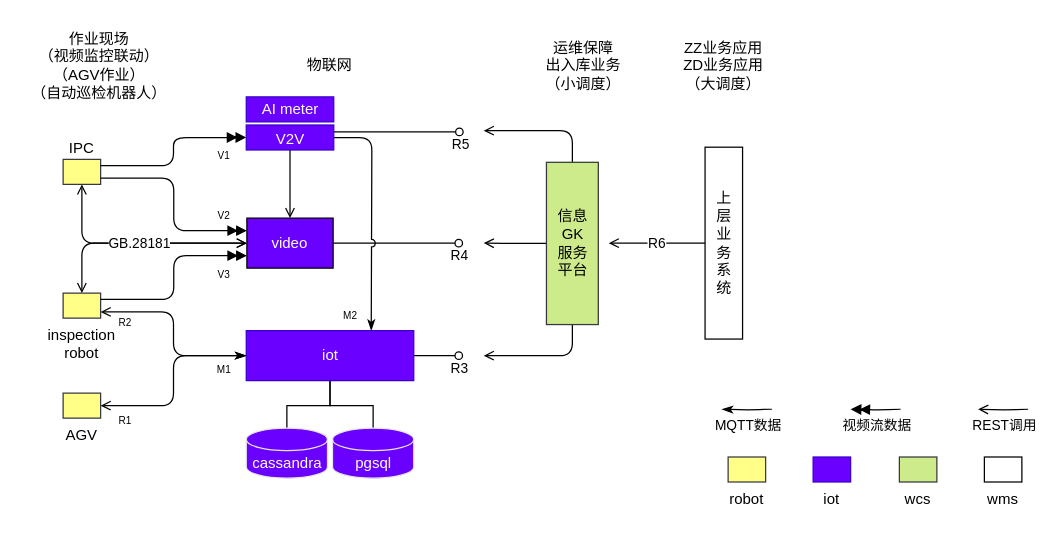
Earlier version of the draw.io diagram docs/architecture.drawio (lvyv/mptools). Source tidied: cells renumbered, new cells numbered last; positions are measured from the earlier drawing's top-left corner, leaving out a move shared by most shapes. Both pictures are drawn from the tidied source at 125%, with x=0, y=0 at pixel (25, 46).
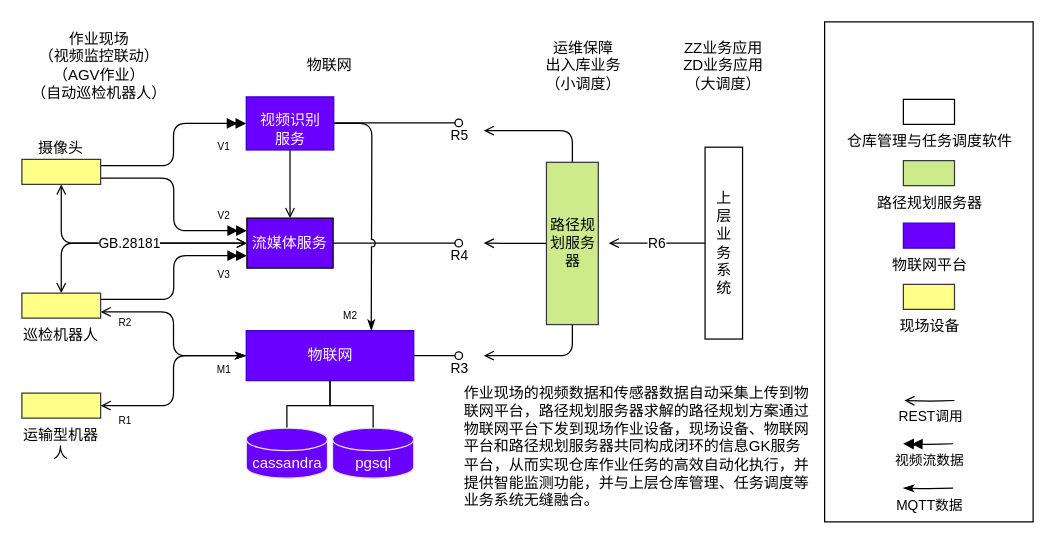
Above is the later version.

What changed in the source:
```diff
@@
-    <mxCell id="2" value="iot" style="rounded=0;whiteSpace=wrap;html=1;shadow=0;labelBackgroundColor=#ffffff;fillColor=#6a00ff;labelPosition=center;verticalLabelPosition=bottom;align=center;verticalAlign=top;strokeColor=#3700CC;fontColor=#000000;" parent="1" vertex="1">
-      <mxGeometry x="630" y="328.1" width="30" height="20" as="geometry" />
-    </mxCell>
-    <mxCell id="3" value="wcs" style="rounded=0;whiteSpace=wrap;html=1;shadow=0;labelBackgroundColor=#ffffff;fillColor=#cdeb8b;strokeColor=#36393d;labelPosition=center;verticalLabelPosition=bottom;align=center;verticalAlign=top;" parent="1" vertex="1">
-      <mxGeometry x="699" y="328.1" width="30" height="20" as="geometry" />
-    </mxCell>
-    <mxCell id="4" value="wms" style="rounded=0;whiteSpace=wrap;html=1;shadow=0;labelBackgroundColor=#ffffff;labelPosition=center;verticalLabelPosition=bottom;align=center;verticalAlign=top;" parent="1" vertex="1">
-      <mxGeometry x="767" y="328.1" width="30" height="20" as="geometry" />
-    </mxCell>
-    <mxCell id="5" value="&lt;font color=&quot;#000000&quot;&gt;robot&lt;/font&gt;" style="rounded=0;whiteSpace=wrap;html=1;shadow=0;labelBackgroundColor=#ffffff;fillColor=#ffff88;labelPosition=center;verticalLabelPosition=bottom;align=center;verticalAlign=top;strokeColor=#36393d;" parent="1" vertex="1">
-      <mxGeometry x="562" y="328.1" width="30" height="20" as="geometry" />
-    </mxCell>
+    <mxCell id="51" style="rounded=0;whiteSpace=wrap;html=1;" parent="1" vertex="1">
+      <mxGeometry x="639.2" y="-20" width="166.8" height="400" as="geometry" />
+    </mxCell>
@@
-    <mxCell id="7" value="inspection robot" style="rounded=0;whiteSpace=wrap;html=1;shadow=0;labelBackgroundColor=#ffffff;fillColor=#ffff88;labelPosition=center;verticalLabelPosition=bottom;align=center;verticalAlign=top;strokeColor=#36393d;" parent="1" vertex="1">
-      <mxGeometry x="30" y="197" width="30" height="20" as="geometry" />
-    </mxCell>
-    <mxCell id="8" value="AGV" style="rounded=0;whiteSpace=wrap;html=1;shadow=0;labelBackgroundColor=#ffffff;fillColor=#ffff88;labelPosition=center;verticalLabelPosition=bottom;align=center;verticalAlign=top;strokeColor=#36393d;" parent="1" vertex="1">
-      <mxGeometry x="30" y="277" width="30" height="20" as="geometry" />
-    </mxCell>
@@
-    <mxCell id="12" value="iot" style="rounded=0;whiteSpace=wrap;html=1;align=center;fillColor=#6a00ff;strokeColor=#3700CC;fontColor=#ffffff;" parent="1" vertex="1">
+    <mxCell id="12" value="物联网" style="rounded=0;whiteSpace=wrap;html=1;align=center;fillColor=#6a00ff;strokeColor=#3700CC;fontColor=#ffffff;" parent="1" vertex="1">
       <mxGeometry x="176.5" y="227" width="134" height="40" as="geometry" />
     </mxCell>
@@
-    <mxCell id="15" value="video" style="rounded=0;whiteSpace=wrap;html=1;fontColor=#FFFFFF;fillColor=#6a00ff;" parent="1" vertex="1">
+    <mxCell id="15" value="流媒体服务" style="rounded=0;whiteSpace=wrap;html=1;fontColor=#FFFFFF;fillColor=#6a00ff;" parent="1" vertex="1">
       <mxGeometry x="177" y="137" width="69" height="40" as="geometry" />
     </mxCell>
-    <mxCell id="16" value="IPC" style="rounded=0;whiteSpace=wrap;html=1;shadow=0;labelBackgroundColor=#ffffff;fillColor=#ffff88;labelPosition=center;verticalLabelPosition=top;align=center;verticalAlign=bottom;strokeColor=#36393d;horizontal=1;" parent="1" vertex="1">
-      <mxGeometry x="30" y="90" width="30" height="20" as="geometry" />
-    </mxCell>
@@
-    <mxCell id="26" style="group;" parent="1" vertex="1">
-      <mxGeometry x="176.5" y="40" width="70" height="42.5" as="geometry" />
-    </mxCell>
-    <mxCell id="27" value="V2V" style="rounded=0;whiteSpace=wrap;html=1;align=center;fillColor=#6a00ff;strokeColor=#3700CC;fontColor=#ffffff;verticalAlign=bottom;" parent="26" vertex="1">
-      <mxGeometry y="22.5" width="70" height="20" as="geometry" />
-    </mxCell>
-    <mxCell id="28" value="AI meter" style="rounded=0;whiteSpace=wrap;html=1;align=center;rotation=0;fillColor=#6a00ff;fontColor=#ffffff;strokeColor=#3700CC;" parent="26" vertex="1">
-      <mxGeometry width="70" height="20" as="geometry" />
-    </mxCell>
@@
     <mxCell id="31" value="R5" style="edgeStyle=orthogonalEdgeStyle;rounded=1;orthogonalLoop=1;jettySize=auto;html=1;fontColor=#000000;startArrow=none;startFill=0;endArrow=oval;endFill=0;labelBackgroundColor=none;" parent="1" edge="1">
       <mxGeometry x="1" y="-10" relative="1" as="geometry">
-        <mxPoint x="246.5" y="68" as="sourcePoint" />
-        <mxPoint x="347" y="68" as="targetPoint" />
+        <mxPoint x="246" y="60.8" as="sourcePoint" />
+        <mxPoint x="346.5" y="60.8" as="targetPoint" />
       </mxGeometry>
     </mxCell>
@@
     <mxCell id="35" value="REST调用" style="edgeStyle=orthogonalEdgeStyle;rounded=1;orthogonalLoop=1;jettySize=auto;html=1;fontColor=#000000;startArrow=none;startFill=0;endArrow=open;endFill=0;exitX=0;exitY=0.5;exitDx=0;exitDy=0;entryX=1;entryY=0.5;entryDx=0;entryDy=0;verticalAlign=top;labelBackgroundColor=none;labelPosition=center;verticalLabelPosition=bottom;align=center;" parent="1" edge="1">
       <mxGeometry relative="1" as="geometry">
-        <mxPoint x="802" y="289.9" as="sourcePoint" />
-        <mxPoint x="762" y="289.9" as="targetPoint" />
+        <mxPoint x="743" y="282.9" as="sourcePoint" />
+        <mxPoint x="703" y="282.9" as="targetPoint" />
       </mxGeometry>
     </mxCell>
     <mxCell id="36" value="MQTT数据" style="edgeStyle=orthogonalEdgeStyle;rounded=1;orthogonalLoop=1;jettySize=auto;html=1;fontColor=#000000;startArrow=none;startFill=0;endArrow=classicThin;endFill=1;exitX=0;exitY=0.5;exitDx=0;exitDy=0;entryX=1;entryY=0.5;entryDx=0;entryDy=0;verticalAlign=top;labelBackgroundColor=none;labelPosition=center;verticalLabelPosition=bottom;align=center;" parent="1" edge="1">
       <mxGeometry relative="1" as="geometry">
-        <mxPoint x="597" y="289.9" as="sourcePoint" />
-        <mxPoint x="557" y="289.9" as="targetPoint" />
+        <mxPoint x="742" y="353" as="sourcePoint" />
+        <mxPoint x="702" y="353" as="targetPoint" />
       </mxGeometry>
     </mxCell>
@@
     <mxCell id="38" value="视频流数据" style="edgeStyle=orthogonalEdgeStyle;rounded=1;orthogonalLoop=1;jettySize=auto;html=1;fontColor=#000000;startArrow=none;startFill=0;endArrow=doubleBlock;endFill=1;exitX=0;exitY=0.5;exitDx=0;exitDy=0;entryX=1;entryY=0.5;entryDx=0;entryDy=0;verticalAlign=top;labelBackgroundColor=none;labelPosition=center;verticalLabelPosition=bottom;align=center;" parent="1" edge="1">
       <mxGeometry relative="1" as="geometry">
-        <mxPoint x="700" y="289.9" as="sourcePoint" />
-        <mxPoint x="660" y="289.9" as="targetPoint" />
+        <mxPoint x="742" y="317.5" as="sourcePoint" />
+        <mxPoint x="702" y="317.5" as="targetPoint" />
       </mxGeometry>
     </mxCell>
@@
     <mxCell id="40" value="V1" style="text;html=1;strokeColor=none;fillColor=none;align=center;verticalAlign=middle;whiteSpace=wrap;rounded=0;labelBackgroundColor=none;fontColor=#000000;fontSize=8;" parent="1" vertex="1">
-      <mxGeometry x="129" y="72" width="60" height="30" as="geometry" />
+      <mxGeometry x="129" y="65" width="60" height="30" as="geometry" />
     </mxCell>
@@
-    <mxCell id="50" value="信息&lt;br&gt;GK&lt;br&gt;服务&lt;br&gt;平台" style="rounded=0;whiteSpace=wrap;html=1;shadow=0;labelBackgroundColor=none;fillColor=#cdeb8b;strokeColor=#36393d;labelPosition=center;verticalLabelPosition=middle;align=center;verticalAlign=middle;horizontal=0;rotation=90;" parent="1" vertex="1">
+    <mxCell id="50" value="路径规划服务器" style="rounded=0;whiteSpace=wrap;html=1;shadow=0;labelBackgroundColor=none;fillColor=#cdeb8b;strokeColor=#36393d;labelPosition=center;verticalLabelPosition=middle;align=center;verticalAlign=middle;horizontal=0;rotation=90;" parent="1" vertex="1">
       <mxGeometry x="372.5" y="136.5" width="129.8" height="41.5" as="geometry" />
     </mxCell>
+    <mxCell id="52" style="group;" parent="1" vertex="1">
+      <mxGeometry x="-3" y="90" width="63" height="207" as="geometry" />
+    </mxCell>
+    <mxCell id="7" value="巡检机器人" style="rounded=0;whiteSpace=wrap;html=1;shadow=0;labelBackgroundColor=#ffffff;fillColor=#ffff88;labelPosition=center;verticalLabelPosition=bottom;align=center;verticalAlign=top;strokeColor=#36393d;" parent="52" vertex="1">
+      <mxGeometry y="107" width="63" height="20" as="geometry" />
+    </mxCell>
+    <mxCell id="8" value="运输型机器人" style="rounded=0;whiteSpace=wrap;html=1;shadow=0;labelBackgroundColor=#ffffff;fillColor=#ffff88;labelPosition=center;verticalLabelPosition=bottom;align=center;verticalAlign=top;strokeColor=#36393d;" parent="52" vertex="1">
+      <mxGeometry y="187" width="63" height="20" as="geometry" />
+    </mxCell>
+    <mxCell id="16" value="摄像头" style="rounded=0;whiteSpace=wrap;html=1;shadow=0;labelBackgroundColor=#ffffff;fillColor=#ffff88;labelPosition=center;verticalLabelPosition=top;align=center;verticalAlign=bottom;strokeColor=#36393d;horizontal=1;" parent="52" vertex="1">
+      <mxGeometry width="63" height="20" as="geometry" />
+    </mxCell>
+    <mxCell id="27" value="视频识别&lt;br&gt;服务" style="rounded=0;whiteSpace=wrap;html=1;align=center;fillColor=#6a00ff;strokeColor=#3700CC;fontColor=#ffffff;verticalAlign=bottom;" parent="1" vertex="1">
+      <mxGeometry x="176.5" y="40" width="70" height="42.5" as="geometry" />
+    </mxCell>
+    <mxCell id="2" value="物联网平台" style="rounded=0;html=1;shadow=0;labelBackgroundColor=#ffffff;fillColor=#6a00ff;labelPosition=center;verticalLabelPosition=bottom;align=center;verticalAlign=top;strokeColor=#3700CC;fontColor=#000000;" parent="1" vertex="1">
+      <mxGeometry x="702.2" y="141" width="40.9" height="20" as="geometry" />
+    </mxCell>
+    <mxCell id="3" value="路径规划服务器" style="rounded=0;html=1;shadow=0;labelBackgroundColor=#ffffff;fillColor=#cdeb8b;strokeColor=#36393d;labelPosition=center;verticalLabelPosition=bottom;align=center;verticalAlign=top;" parent="1" vertex="1">
+      <mxGeometry x="702.2" y="91" width="40.9" height="20" as="geometry" />
+    </mxCell>
+    <mxCell id="4" value="仓库管理与任务调度软件" style="rounded=0;html=1;shadow=0;labelBackgroundColor=#ffffff;labelPosition=center;verticalLabelPosition=bottom;align=center;verticalAlign=top;" parent="1" vertex="1">
+      <mxGeometry x="702.2" y="42" width="40.9" height="20" as="geometry" />
+    </mxCell>
+    <mxCell id="5" value="&lt;font color=&quot;#000000&quot;&gt;现场设备&lt;/font&gt;" style="rounded=0;html=1;shadow=0;labelBackgroundColor=#ffffff;fillColor=#ffff88;labelPosition=center;verticalLabelPosition=bottom;align=center;verticalAlign=top;strokeColor=#36393d;" parent="1" vertex="1">
+      <mxGeometry x="702.2" y="190" width="40.9" height="20" as="geometry" />
+    </mxCell>
+    <mxCell id="53" value="作业现场的视频数据和传感器数据自动采集上传到物联网平台，路径规划服务器求解的路径规划方案通过物联网平台下发到现场作业设备，现场设备、物联网平台和路径规划服务器共同构成闭环的信息GK服务平台，从而实现仓库作业任务的高效自动化执行，并提供智能监测功能，并与上层仓库管理、任务调度等业务系统无缝融合。" style="text;html=1;strokeColor=none;fillColor=none;align=left;verticalAlign=middle;whiteSpace=wrap;rounded=0;" parent="1" vertex="1">
+      <mxGeometry x="349" y="290" width="283" height="60" as="geometry" />
+    </mxCell>
```
